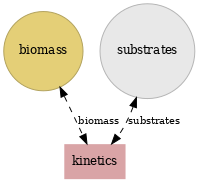
Before: crates/spatio-flux/out/monod_kinetics_growth.png, a diagram exported from Graphviz (prismofeverything/prism). Its source is kept beside it as crates/spatio-flux/out/monod_kinetics_growth.dot. The source it was exported from:
```dot
digraph {
    rankdir=TB;
    size="16,10";
    dpi=70;
    splines=true;

    state_biomass [shape=circle, style=filled, fillcolor="#E4CF77", color="#b1a15c", penwidth=1, label="biomass", fontsize=12];
    state_substrates [shape=circle, style=filled, fillcolor="#E8E8E8", color="#b4b4b4", penwidth=1, label="substrates", fontsize=12];

    proc_kinetics [shape=box, style=filled, fillcolor="#D9A4A6", color="#D9A4A6", penwidth=0, label="kinetics", fontsize=12];

    state_substrates -> proc_kinetics [style=dashed, penwidth=1, dir=both, label="substrates", fontsize=10];
    state_biomass -> proc_kinetics [style=dashed, penwidth=1, dir=both, label="biomass", fontsize=10];

}
```
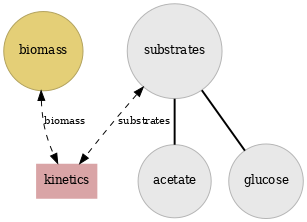
After the commit.

What changed in the source:
```diff
@@ -6,10 +6,14 @@
 
     state_biomass [shape=circle, style=filled, fillcolor="#E4CF77", color="#b1a15c", penwidth=1, label="biomass", fontsize=12];
     state_substrates [shape=circle, style=filled, fillcolor="#E8E8E8", color="#b4b4b4", penwidth=1, label="substrates", fontsize=12];
+    state_substrates__acetate [shape=circle, style=filled, fillcolor="#E8E8E8", color="#b4b4b4", penwidth=1, label="acetate", fontsize=12];
+    state_substrates__glucose [shape=circle, style=filled, fillcolor="#E8E8E8", color="#b4b4b4", penwidth=1, label="glucose", fontsize=12];
 
     proc_kinetics [shape=box, style=filled, fillcolor="#D9A4A6", color="#D9A4A6", penwidth=0, label="kinetics", fontsize=12];
 
     state_substrates -> proc_kinetics [style=dashed, penwidth=1, dir=both, label="substrates", fontsize=10];
     state_biomass -> proc_kinetics [style=dashed, penwidth=1, dir=both, label="biomass", fontsize=10];
 
+    state_substrates -> state_substrates__acetate [arrowhead=none, penwidth=2];
+    state_substrates -> state_substrates__glucose [arrowhead=none, penwidth=2];
 }
```
